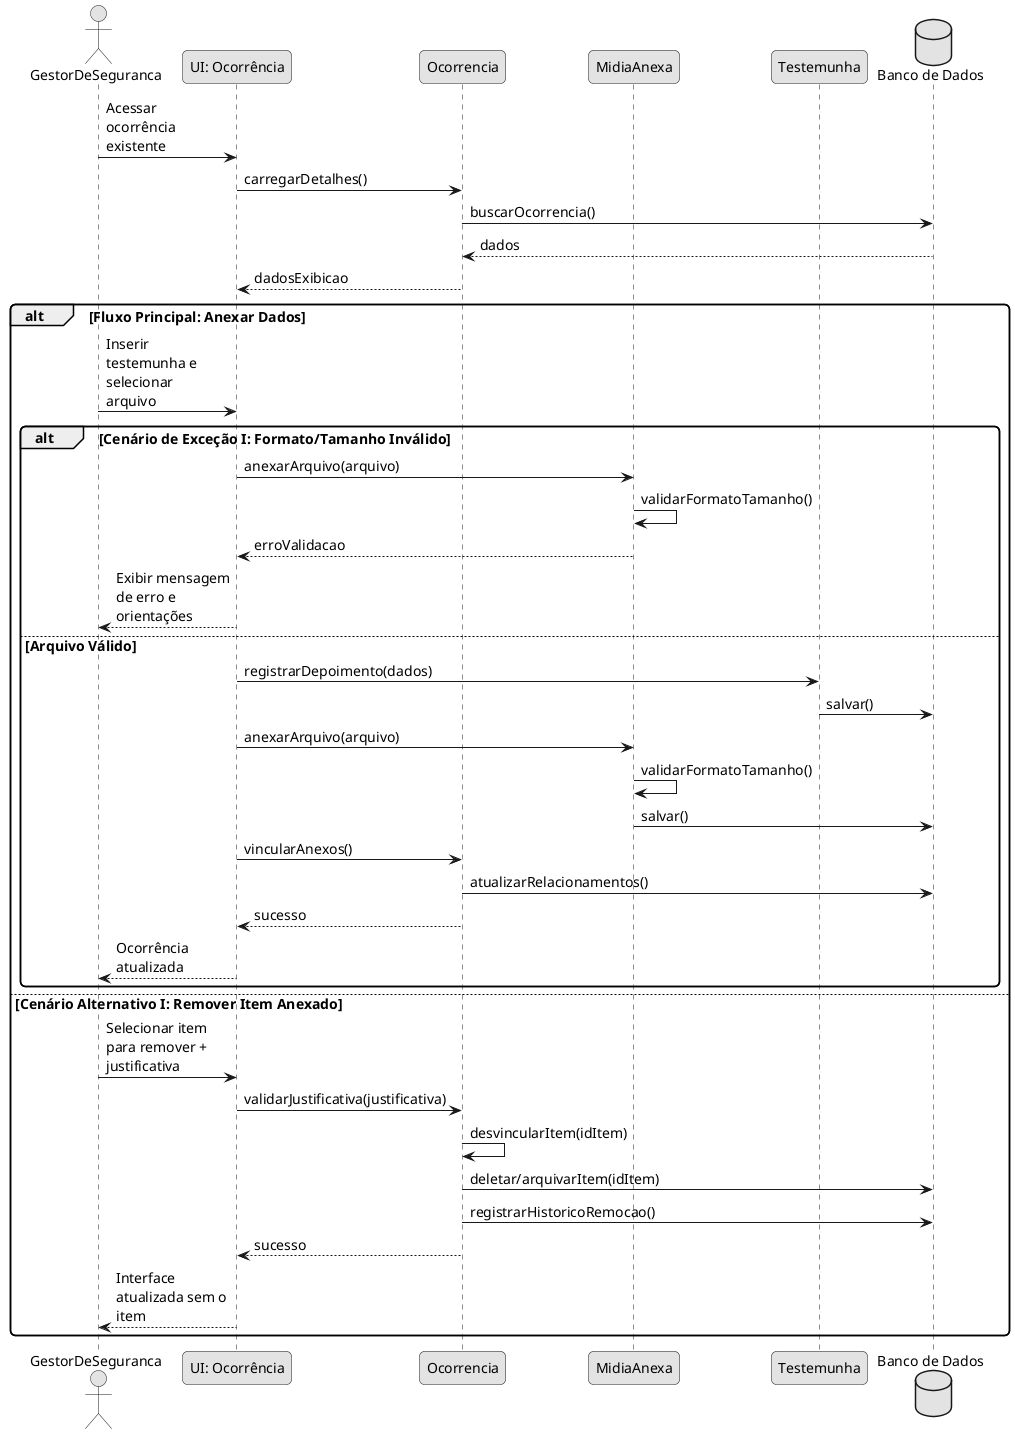
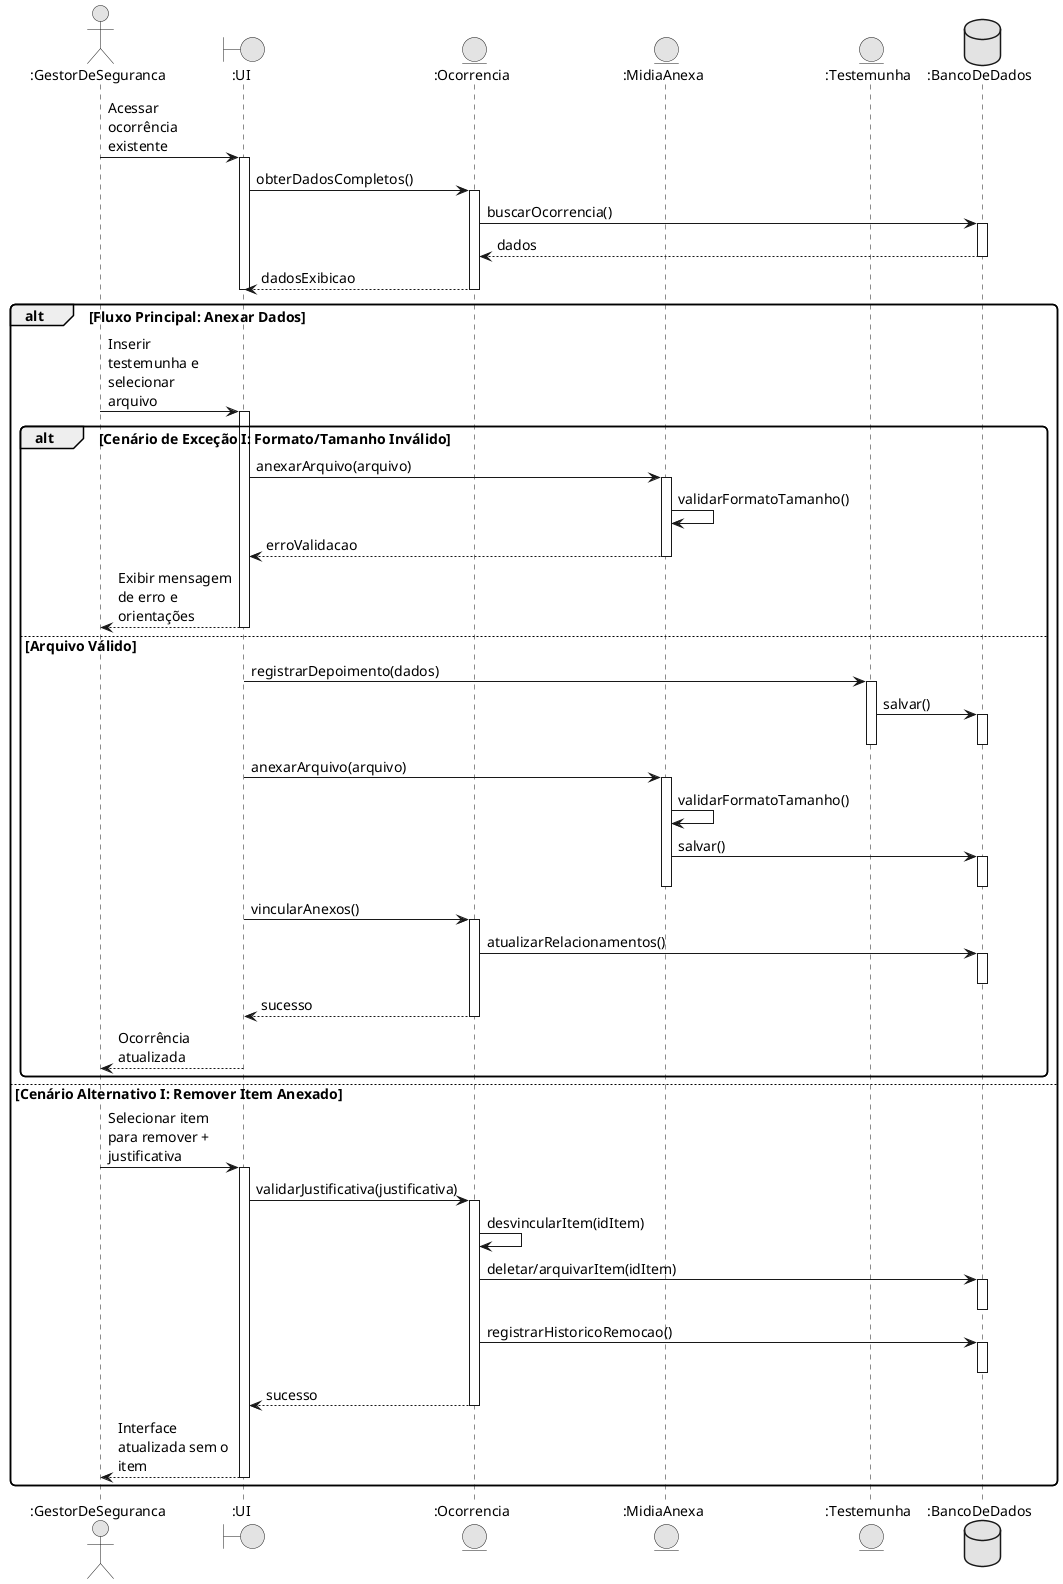
@startuml
skinparam monochrome true
skinparam shadowing false
skinparam defaultFontName Arial
skinparam defaultFontSize 14
skinparam roundcorner 10
skinparam maxmessagesize 120

- actor "GestorDeSeguranca" as Gestor
- participant "UI: Ocorrência" as UI
- participant "Ocorrencia" as Ocorrencia
- participant "MidiaAnexa" as Midia
- participant "Testemunha" as Testemunha
- database "Banco de Dados" as DB
+ actor ":GestorDeSeguranca" as Gestor
+ boundary ":UI" as UI
+ entity ":Ocorrencia" as Ocorrencia
+ entity ":MidiaAnexa" as Midia
+ entity ":Testemunha" as Testemunha
+ database ":BancoDeDados" as DB

- Gestor -> UI : Acessar ocorrência existente
- UI -> Ocorrencia : carregarDetalhes()
- Ocorrencia -> DB : buscarOcorrencia()
- DB --> Ocorrencia : dados
- Ocorrencia --> UI : dadosExibicao
+ Gestor -> UI ++ : Acessar ocorrência existente
+ UI -> Ocorrencia ++ : obterDadosCompletos()
+ Ocorrencia -> DB ++ : buscarOcorrencia()
+ DB --> Ocorrencia -- : dados
+ Ocorrencia --> UI -- : dadosExibicao
+ deactivate UI

alt Fluxo Principal: Anexar Dados
-   Gestor -> UI : Inserir testemunha e selecionar arquivo
+   Gestor -> UI ++ : Inserir testemunha e selecionar arquivo

  alt Cenário de Exceção I: Formato/Tamanho Inválido
-     UI -> Midia : anexarArquivo(arquivo)
+     UI -> Midia ++ : anexarArquivo(arquivo)
    Midia -> Midia : validarFormatoTamanho()
-     Midia --> UI : erroValidacao
-     UI --> Gestor : Exibir mensagem de erro e orientações
+     Midia --> UI -- : erroValidacao
+     UI --> Gestor -- : Exibir mensagem de erro e orientações
  else Arquivo Válido
-     UI -> Testemunha : registrarDepoimento(dados)
-     Testemunha -> DB : salvar()
-     UI -> Midia : anexarArquivo(arquivo)
+     UI -> Testemunha ++ : registrarDepoimento(dados)
+     Testemunha -> DB ++ : salvar()
+     deactivate DB
+     deactivate Testemunha
+     UI -> Midia ++ : anexarArquivo(arquivo)
    Midia -> Midia : validarFormatoTamanho()
-     Midia -> DB : salvar()
-     UI -> Ocorrencia : vincularAnexos()
-     Ocorrencia -> DB : atualizarRelacionamentos()
-     Ocorrencia --> UI : sucesso
-     UI --> Gestor : Ocorrência atualizada
+     Midia -> DB ++ : salvar()
+     deactivate DB
+     deactivate Midia
+     UI -> Ocorrencia ++ : vincularAnexos()
+     Ocorrencia -> DB ++ : atualizarRelacionamentos()
+     deactivate DB
+     Ocorrencia --> UI -- : sucesso
+     UI --> Gestor -- : Ocorrência atualizada
  end

else Cenário Alternativo I: Remover Item Anexado
-   Gestor -> UI : Selecionar item para remover + justificativa
-   UI -> Ocorrencia : validarJustificativa(justificativa)
+   Gestor -> UI ++ : Selecionar item para remover + justificativa
+   UI -> Ocorrencia ++ : validarJustificativa(justificativa)
  Ocorrencia -> Ocorrencia : desvincularItem(idItem)
-   Ocorrencia -> DB : deletar/arquivarItem(idItem)
-   Ocorrencia -> DB : registrarHistoricoRemocao()
-   Ocorrencia --> UI : sucesso
-   UI --> Gestor : Interface atualizada sem o item
+   Ocorrencia -> DB ++ : deletar/arquivarItem(idItem)
+   deactivate DB
+   Ocorrencia -> DB ++ : registrarHistoricoRemocao()
+   deactivate DB
+   Ocorrencia --> UI -- : sucesso
+   UI --> Gestor -- : Interface atualizada sem o item
end
@enduml
